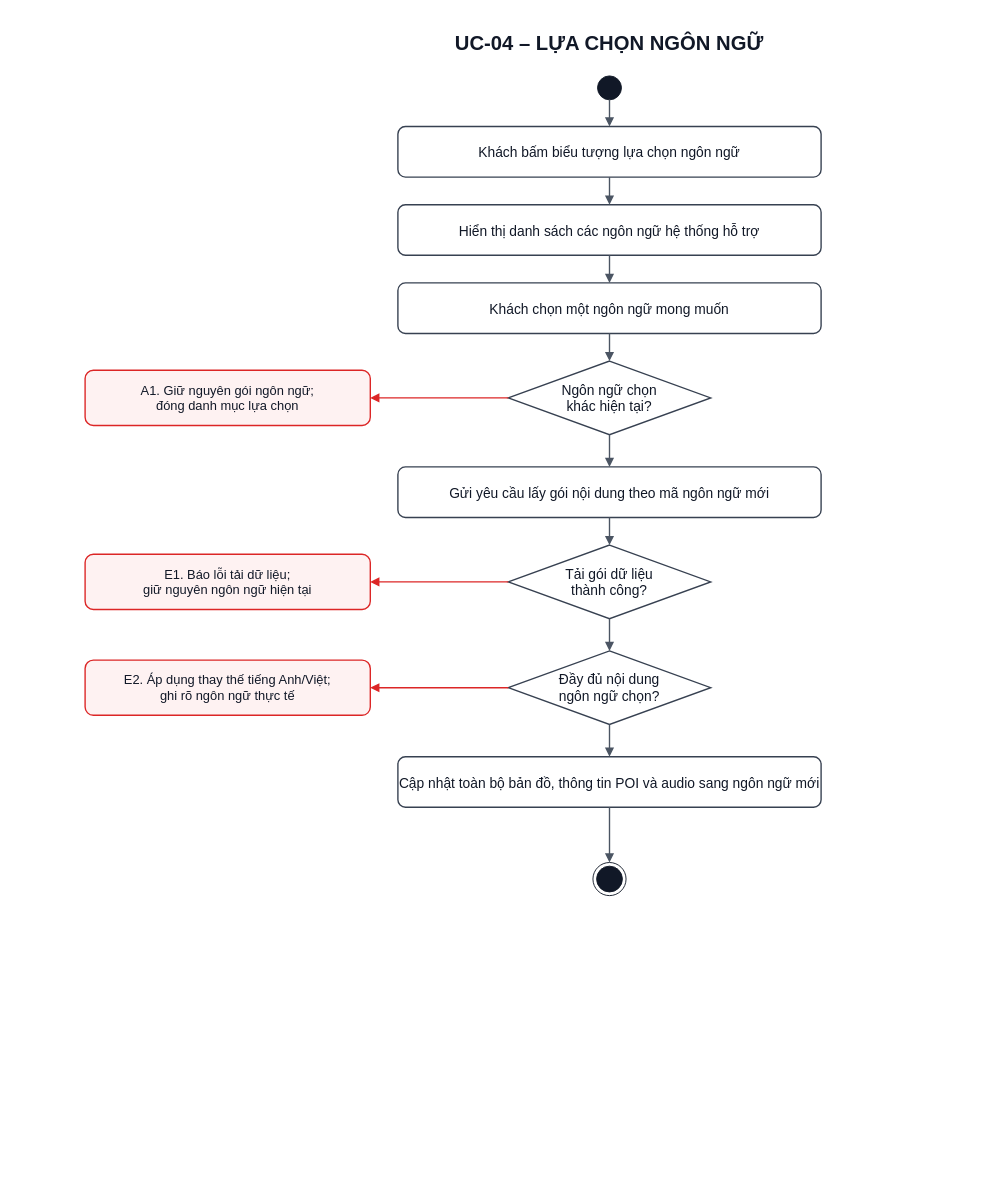
The draw.io diagram docs/diagram/activity/UC-04_Activity.drawio in Kazuken123/prj_sgu26_cnpm, before the edit. Source tidied: cells renumbered, new cells numbered last; positions are measured from the earlier drawing's top-left corner, leaving out a move shared by most shapes. Both pictures are drawn from the tidied source at 92%, with x=0, y=0 at pixel (85, 25).
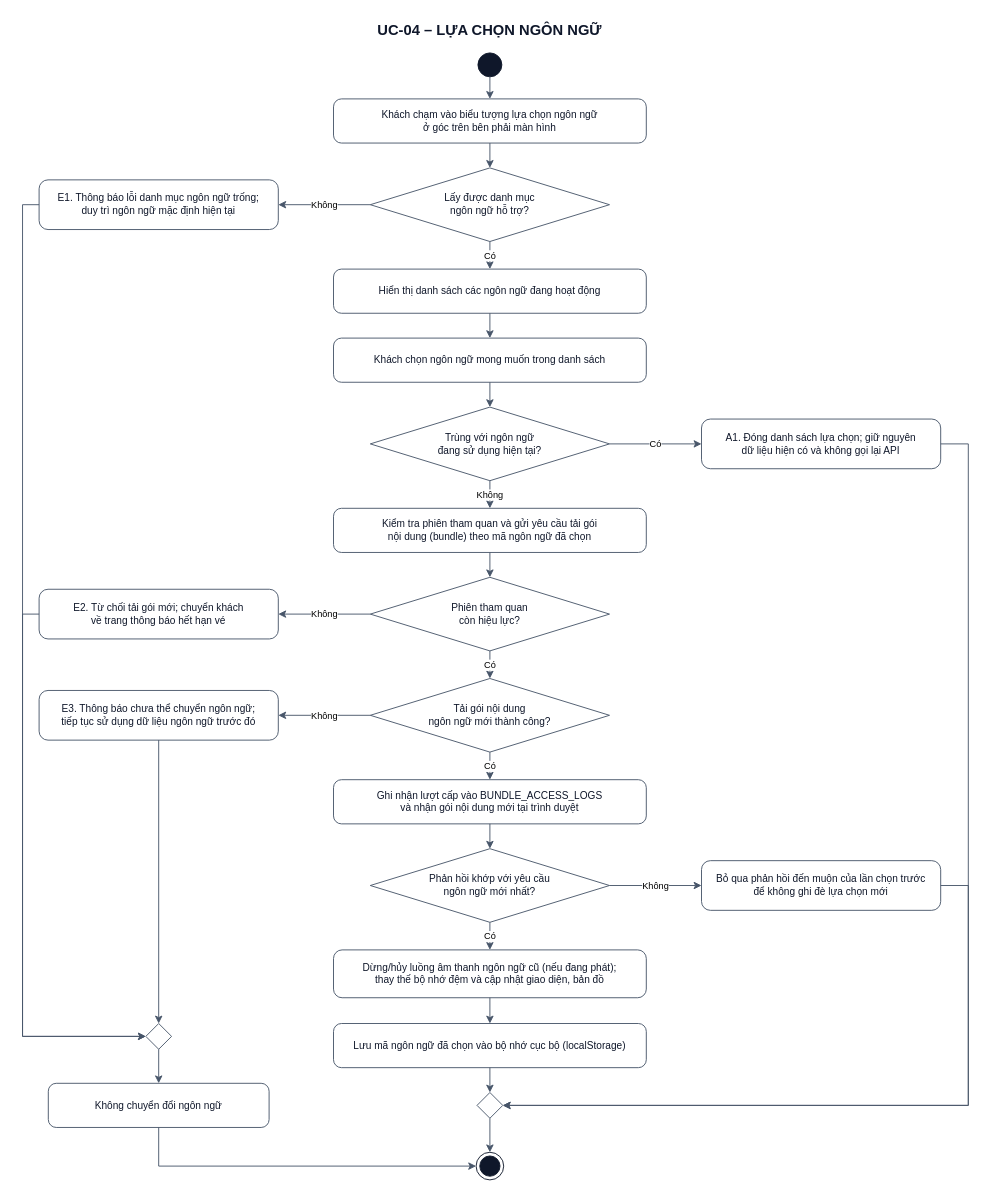
The same page after the edit.

Diff of the diagram source:
```diff
@@
-    <mxCell id="2" value="UC-04 – LỰA CHỌN NGÔN NGỮ" style="html=1;whiteSpace=wrap;fontFamily=Arial;fontSize=22;fontColor=#111827;strokeColor=none;fillColor=none;fontStyle=1;" parent="1" vertex="1">
-      <mxGeometry x="170" width="800" height="40" as="geometry" />
+    <mxCell id="2" value="UC-04 – LỰA CHỌN NGÔN NGỮ" style="text;html=1;strokeColor=none;fillColor=none;align=center;verticalAlign=middle;whiteSpace=wrap;rounded=0;fontFamily=Arial;fontSize=16;fontStyle=1;fontColor=#0f172a;" parent="1" vertex="1">
+      <mxGeometry x="230" y="-10" width="420" height="30" as="geometry" />
     </mxCell>
-    <mxCell id="3" style="html=1;ellipse;fillColor=#111827;strokeColor=#111827;" parent="1" vertex="1">
-      <mxGeometry x="557" y="55" width="26" height="26" as="geometry" />
+    <mxCell id="3" style="ellipse;whiteSpace=wrap;html=1;fillColor=#0f172a;strokeColor=#0f172a;" parent="1" vertex="1">
+      <mxGeometry x="427" y="30" width="26" height="26" as="geometry" />
     </mxCell>
-    <mxCell id="4" value="Khách bấm biểu tượng lựa chọn ngôn ngữ" style="html=1;whiteSpace=wrap;fontFamily=Arial;fontSize=15;fontColor=#111827;strokeColor=#374151;fillColor=#FFFFFF;strokeWidth=1.5;rounded=1;arcSize=15;" parent="1" vertex="1">
-      <mxGeometry x="340" y="110" width="460" height="55" as="geometry" />
-    </mxCell>
-    <mxCell id="5" style="html=1;rounded=0;endArrow=block;endFill=1;strokeColor=#4B5563;strokeWidth=1.5;" parent="1" edge="1" source="3" target="4">
-      <mxGeometry relative="1" as="geometry" />
-    </mxCell>
-    <mxCell id="6" value="Hiển thị danh sách các ngôn ngữ hệ thống hỗ trợ" style="html=1;whiteSpace=wrap;fontFamily=Arial;fontSize=15;fontColor=#111827;strokeColor=#374151;fillColor=#FFFFFF;strokeWidth=1.5;rounded=1;arcSize=15;" parent="1" vertex="1">
-      <mxGeometry x="340" y="195" width="460" height="55" as="geometry" />
-    </mxCell>
-    <mxCell id="7" style="html=1;rounded=0;endArrow=block;endFill=1;strokeColor=#4B5563;strokeWidth=1.5;" parent="1" edge="1" source="4" target="6">
-      <mxGeometry relative="1" as="geometry" />
-    </mxCell>
-    <mxCell id="8" value="Khách chọn một ngôn ngữ mong muốn" style="html=1;whiteSpace=wrap;fontFamily=Arial;fontSize=15;fontColor=#111827;strokeColor=#374151;fillColor=#FFFFFF;strokeWidth=1.5;rounded=1;arcSize=15;" parent="1" vertex="1">
-      <mxGeometry x="340" y="280" width="460" height="55" as="geometry" />
-    </mxCell>
-    <mxCell id="9" style="html=1;rounded=0;endArrow=block;endFill=1;strokeColor=#4B5563;strokeWidth=1.5;" parent="1" edge="1" source="6" target="8">
-      <mxGeometry relative="1" as="geometry" />
-    </mxCell>
-    <mxCell id="10" value="Ngôn ngữ chọn&lt;br&gt;khác hiện tại?" style="html=1;whiteSpace=wrap;fontFamily=Arial;fontSize=15;fontColor=#111827;strokeColor=#374151;fillColor=#FFFFFF;strokeWidth=1.5;rhombus;" parent="1" vertex="1">
-      <mxGeometry x="460" y="365" width="220" height="80" as="geometry" />
-    </mxCell>
-    <mxCell id="11" style="html=1;rounded=0;endArrow=block;endFill=1;strokeColor=#4B5563;strokeWidth=1.5;" parent="1" edge="1" source="8" target="10">
-      <mxGeometry relative="1" as="geometry" />
-    </mxCell>
-    <mxCell id="12" value="A1. Giữ nguyên gói ngôn ngữ;&lt;br&gt;đóng danh mục lựa chọn" style="html=1;whiteSpace=wrap;fontFamily=Arial;fontSize=14;fontColor=#111827;strokeColor=#DC2626;fillColor=#FEF2F2;strokeWidth=1.5;rounded=1;arcSize=15;" parent="1" vertex="1">
-      <mxGeometry y="375" width="310" height="60" as="geometry" />
-    </mxCell>
-    <mxCell id="13" style="html=1;rounded=0;endArrow=block;endFill=1;strokeColor=#DC2626;strokeWidth=1.5;exitX=0.0;exitY=0.5;entryX=1.0;entryY=0.5;" parent="1" edge="1" source="10" target="12">
-      <mxGeometry relative="1" as="geometry" />
-    </mxCell>
-    <mxCell id="14" value="Gửi yêu cầu lấy gói nội dung theo mã ngôn ngữ mới" style="html=1;whiteSpace=wrap;fontFamily=Arial;fontSize=15;fontColor=#111827;strokeColor=#374151;fillColor=#FFFFFF;strokeWidth=1.5;rounded=1;arcSize=15;" parent="1" vertex="1">
-      <mxGeometry x="340" y="480" width="460" height="55" as="geometry" />
-    </mxCell>
-    <mxCell id="15" style="html=1;rounded=0;endArrow=block;endFill=1;strokeColor=#4B5563;strokeWidth=1.5;" parent="1" edge="1" source="10" target="14">
-      <mxGeometry relative="1" as="geometry" />
-    </mxCell>
-    <mxCell id="16" value="Tải gói dữ liệu&lt;br&gt;thành công?" style="html=1;whiteSpace=wrap;fontFamily=Arial;fontSize=15;fontColor=#111827;strokeColor=#374151;fillColor=#FFFFFF;strokeWidth=1.5;rhombus;" parent="1" vertex="1">
-      <mxGeometry x="460" y="565" width="220" height="80" as="geometry" />
-    </mxCell>
-    <mxCell id="17" style="html=1;rounded=0;endArrow=block;endFill=1;strokeColor=#4B5563;strokeWidth=1.5;" parent="1" edge="1" source="14" target="16">
-      <mxGeometry relative="1" as="geometry" />
-    </mxCell>
-    <mxCell id="18" value="E1. Báo lỗi tải dữ liệu;&lt;br&gt;giữ nguyên ngôn ngữ hiện tại" style="html=1;whiteSpace=wrap;fontFamily=Arial;fontSize=14;fontColor=#111827;strokeColor=#DC2626;fillColor=#FEF2F2;strokeWidth=1.5;rounded=1;arcSize=15;" parent="1" vertex="1">
-      <mxGeometry y="575" width="310" height="60" as="geometry" />
-    </mxCell>
-    <mxCell id="19" style="html=1;rounded=0;endArrow=block;endFill=1;strokeColor=#DC2626;strokeWidth=1.5;exitX=0.0;exitY=0.5;entryX=1.0;entryY=0.5;" parent="1" edge="1" source="16" target="18">
-      <mxGeometry relative="1" as="geometry" />
-    </mxCell>
-    <mxCell id="20" value="Đầy đủ nội dung&lt;br&gt;ngôn ngữ chọn?" style="html=1;whiteSpace=wrap;fontFamily=Arial;fontSize=15;fontColor=#111827;strokeColor=#374151;fillColor=#FFFFFF;strokeWidth=1.5;rhombus;" parent="1" vertex="1">
-      <mxGeometry x="460" y="680" width="220" height="80" as="geometry" />
-    </mxCell>
-    <mxCell id="21" style="html=1;rounded=0;endArrow=block;endFill=1;strokeColor=#4B5563;strokeWidth=1.5;" parent="1" edge="1" source="16" target="20">
-      <mxGeometry relative="1" as="geometry" />
-    </mxCell>
-    <mxCell id="22" value="E2. Áp dụng thay thế tiếng Anh/Việt;&lt;br&gt;ghi rõ ngôn ngữ thực tế" style="html=1;whiteSpace=wrap;fontFamily=Arial;fontSize=14;fontColor=#111827;strokeColor=#DC2626;fillColor=#FEF2F2;strokeWidth=1.5;rounded=1;arcSize=15;" parent="1" vertex="1">
-      <mxGeometry y="690" width="310" height="60" as="geometry" />
-    </mxCell>
-    <mxCell id="23" style="html=1;rounded=0;endArrow=block;endFill=1;strokeColor=#DC2626;strokeWidth=1.5;exitX=0.0;exitY=0.5;entryX=1.0;entryY=0.5;" parent="1" edge="1" source="20" target="22">
-      <mxGeometry relative="1" as="geometry" />
-    </mxCell>
-    <mxCell id="24" value="Cập nhật toàn bộ bản đồ, thông tin POI và audio sang ngôn ngữ mới" style="html=1;whiteSpace=wrap;fontFamily=Arial;fontSize=15;fontColor=#111827;strokeColor=#374151;fillColor=#FFFFFF;strokeWidth=1.5;rounded=1;arcSize=15;" parent="1" vertex="1">
-      <mxGeometry x="340" y="795" width="460" height="55" as="geometry" />
-    </mxCell>
-    <mxCell id="25" style="html=1;rounded=0;endArrow=block;endFill=1;strokeColor=#4B5563;strokeWidth=1.5;" parent="1" edge="1" source="20" target="24">
-      <mxGeometry relative="1" as="geometry" />
-    </mxCell>
+    <mxCell id="28" value="Khách chạm vào biểu tượng lựa chọn ngôn ngữ&#10;ở góc trên bên phải màn hình" style="rounded=1;arcSize=18;whiteSpace=wrap;html=1;fillColor=#ffffff;strokeColor=#475569;fontColor=#0f172a;fontFamily=Arial;fontSize=11;" parent="1" vertex="1">
+      <mxGeometry x="270" y="80" width="340" height="48" as="geometry" />
+    </mxCell>
+    <mxCell id="29" value="Lấy được danh mục&#10;ngôn ngữ hỗ trợ?" style="rhombus;whiteSpace=wrap;html=1;fillColor=#ffffff;strokeColor=#475569;fontColor=#0f172a;fontFamily=Arial;fontSize=11;" parent="1" vertex="1">
+      <mxGeometry x="310" y="155" width="260" height="80" as="geometry" />
+    </mxCell>
+    <mxCell id="30" value="E1. Thông báo lỗi danh mục ngôn ngữ trống;&#10;duy trì ngôn ngữ mặc định hiện tại" style="rounded=1;arcSize=18;whiteSpace=wrap;html=1;fillColor=#ffffff;strokeColor=#475569;fontColor=#0f172a;fontFamily=Arial;fontSize=11;" parent="1" vertex="1">
+      <mxGeometry x="-50" y="168" width="260" height="54" as="geometry" />
+    </mxCell>
+    <mxCell id="31" value="Hiển thị danh sách các ngôn ngữ đang hoạt động" style="rounded=1;arcSize=18;whiteSpace=wrap;html=1;fillColor=#ffffff;strokeColor=#475569;fontColor=#0f172a;fontFamily=Arial;fontSize=11;" parent="1" vertex="1">
+      <mxGeometry x="270" y="265" width="340" height="48" as="geometry" />
+    </mxCell>
+    <mxCell id="32" value="Khách chọn ngôn ngữ mong muốn trong danh sách" style="rounded=1;arcSize=18;whiteSpace=wrap;html=1;fillColor=#ffffff;strokeColor=#475569;fontColor=#0f172a;fontFamily=Arial;fontSize=11;" parent="1" vertex="1">
+      <mxGeometry x="270" y="340" width="340" height="48" as="geometry" />
+    </mxCell>
+    <mxCell id="33" value="Trùng với ngôn ngữ&#10;đang sử dụng hiện tại?" style="rhombus;whiteSpace=wrap;html=1;fillColor=#ffffff;strokeColor=#475569;fontColor=#0f172a;fontFamily=Arial;fontSize=11;" parent="1" vertex="1">
+      <mxGeometry x="310" y="415" width="260" height="80" as="geometry" />
+    </mxCell>
+    <mxCell id="34" value="A1. Đóng danh sách lựa chọn; giữ nguyên&#10;dữ liệu hiện có và không gọi lại API" style="rounded=1;arcSize=18;whiteSpace=wrap;html=1;fillColor=#ffffff;strokeColor=#475569;fontColor=#0f172a;fontFamily=Arial;fontSize=11;" parent="1" vertex="1">
+      <mxGeometry x="670" y="428" width="260" height="54" as="geometry" />
+    </mxCell>
+    <mxCell id="35" value="Kiểm tra phiên tham quan và gửi yêu cầu tải gói&#10;nội dung (bundle) theo mã ngôn ngữ đã chọn" style="rounded=1;arcSize=18;whiteSpace=wrap;html=1;fillColor=#ffffff;strokeColor=#475569;fontColor=#0f172a;fontFamily=Arial;fontSize=11;" parent="1" vertex="1">
+      <mxGeometry x="270" y="525" width="340" height="48" as="geometry" />
+    </mxCell>
+    <mxCell id="36" value="Phiên tham quan&#10;còn hiệu lực?" style="rhombus;whiteSpace=wrap;html=1;fillColor=#ffffff;strokeColor=#475569;fontColor=#0f172a;fontFamily=Arial;fontSize=11;" parent="1" vertex="1">
+      <mxGeometry x="310" y="600" width="260" height="80" as="geometry" />
+    </mxCell>
+    <mxCell id="37" value="E2. Từ chối tải gói mới; chuyển khách&#10;về trang thông báo hết hạn vé" style="rounded=1;arcSize=18;whiteSpace=wrap;html=1;fillColor=#ffffff;strokeColor=#475569;fontColor=#0f172a;fontFamily=Arial;fontSize=11;" parent="1" vertex="1">
+      <mxGeometry x="-50" y="613" width="260" height="54" as="geometry" />
+    </mxCell>
+    <mxCell id="38" value="Tải gói nội dung&#10;ngôn ngữ mới thành công?" style="rhombus;whiteSpace=wrap;html=1;fillColor=#ffffff;strokeColor=#475569;fontColor=#0f172a;fontFamily=Arial;fontSize=11;" parent="1" vertex="1">
+      <mxGeometry x="310" y="710" width="260" height="80" as="geometry" />
+    </mxCell>
+    <mxCell id="39" value="E3. Thông báo chưa thể chuyển ngôn ngữ;&#10;tiếp tục sử dụng dữ liệu ngôn ngữ trước đó" style="rounded=1;arcSize=18;whiteSpace=wrap;html=1;fillColor=#ffffff;strokeColor=#475569;fontColor=#0f172a;fontFamily=Arial;fontSize=11;" parent="1" vertex="1">
+      <mxGeometry x="-50" y="723" width="260" height="54" as="geometry" />
+    </mxCell>
+    <mxCell id="40" value="Ghi nhận lượt cấp vào BUNDLE_ACCESS_LOGS&#10;và nhận gói nội dung mới tại trình duyệt" style="rounded=1;arcSize=18;whiteSpace=wrap;html=1;fillColor=#ffffff;strokeColor=#475569;fontColor=#0f172a;fontFamily=Arial;fontSize=11;" parent="1" vertex="1">
+      <mxGeometry x="270" y="820" width="340" height="48" as="geometry" />
+    </mxCell>
+    <mxCell id="41" value="Phản hồi khớp với yêu cầu&#10;ngôn ngữ mới nhất?" style="rhombus;whiteSpace=wrap;html=1;fillColor=#ffffff;strokeColor=#475569;fontColor=#0f172a;fontFamily=Arial;fontSize=11;" parent="1" vertex="1">
+      <mxGeometry x="310" y="895" width="260" height="80" as="geometry" />
+    </mxCell>
+    <mxCell id="42" value="Bỏ qua phản hồi đến muộn của lần chọn trước&#10;để không ghi đè lựa chọn mới" style="rounded=1;arcSize=18;whiteSpace=wrap;html=1;fillColor=#ffffff;strokeColor=#475569;fontColor=#0f172a;fontFamily=Arial;fontSize=11;" parent="1" vertex="1">
+      <mxGeometry x="670" y="908" width="260" height="54" as="geometry" />
+    </mxCell>
+    <mxCell id="43" value="Dừng/hủy luồng âm thanh ngôn ngữ cũ (nếu đang phát);&#10;thay thế bộ nhớ đệm và cập nhật giao diện, bản đồ" style="rounded=1;arcSize=18;whiteSpace=wrap;html=1;fillColor=#ffffff;strokeColor=#475569;fontColor=#0f172a;fontFamily=Arial;fontSize=11;" parent="1" vertex="1">
+      <mxGeometry x="270" y="1005" width="340" height="52" as="geometry" />
+    </mxCell>
+    <mxCell id="44" value="Lưu mã ngôn ngữ đã chọn vào bộ nhớ cục bộ (localStorage)" style="rounded=1;arcSize=18;whiteSpace=wrap;html=1;fillColor=#ffffff;strokeColor=#475569;fontColor=#0f172a;fontFamily=Arial;fontSize=11;" parent="1" vertex="1">
+      <mxGeometry x="270" y="1085" width="340" height="48" as="geometry" />
+    </mxCell>
+    <mxCell id="45" style="rhombus;whiteSpace=wrap;html=1;fillColor=#ffffff;strokeColor=#475569;" parent="1" vertex="1">
+      <mxGeometry x="426" y="1160" width="28" height="28" as="geometry" />
+    </mxCell>
+    <mxCell id="46" style="rhombus;whiteSpace=wrap;html=1;fillColor=#ffffff;strokeColor=#475569;" parent="1" vertex="1">
+      <mxGeometry x="66" y="1085" width="28" height="28" as="geometry" />
+    </mxCell>
+    <mxCell id="47" value="Không chuyển đổi ngôn ngữ" style="rounded=1;arcSize=18;whiteSpace=wrap;html=1;fillColor=#ffffff;strokeColor=#475569;fontColor=#0f172a;fontFamily=Arial;fontSize=11;" parent="1" vertex="1">
+      <mxGeometry x="-40" y="1150" width="240" height="48" as="geometry" />
+    </mxCell>
-    <mxCell id="26" style="html=1;ellipse;shape=endState;fillColor=#111827;strokeColor=#111827;" parent="1" vertex="1">
-      <mxGeometry x="552" y="910" width="36" height="36" as="geometry" />
+    <mxCell id="26" style="ellipse;html=1;shape=endState;fillColor=#0f172a;strokeColor=#0f172a;" parent="1" vertex="1">
+      <mxGeometry x="425" y="1225" width="30" height="30" as="geometry" />
     </mxCell>
-    <mxCell id="27" style="html=1;rounded=0;endArrow=block;endFill=1;strokeColor=#4B5563;strokeWidth=1.5;" parent="1" edge="1" source="24" target="26">
-      <mxGeometry relative="1" as="geometry" />
-    </mxCell>
+    <mxCell id="48" style="edgeStyle=orthogonalEdgeStyle;rounded=0;html=1;strokeColor=#475569;" parent="1" edge="1" source="3" target="28">
+      <mxGeometry relative="1" as="geometry" />
+    </mxCell>
+    <mxCell id="49" style="edgeStyle=orthogonalEdgeStyle;rounded=0;html=1;strokeColor=#475569;" parent="1" edge="1" source="28" target="29">
+      <mxGeometry relative="1" as="geometry" />
+    </mxCell>
+    <mxCell id="50" value="Không" style="edgeStyle=orthogonalEdgeStyle;rounded=0;html=1;strokeColor=#475569;fontFamily=Arial;fontSize=10;" parent="1" edge="1" source="29" target="30">
+      <mxGeometry relative="1" as="geometry" />
+    </mxCell>
+    <mxCell id="51" value="Có" style="edgeStyle=orthogonalEdgeStyle;rounded=0;html=1;strokeColor=#475569;fontFamily=Arial;fontSize=10;" parent="1" edge="1" source="29" target="31">
+      <mxGeometry relative="1" as="geometry" />
+    </mxCell>
+    <mxCell id="52" style="edgeStyle=orthogonalEdgeStyle;rounded=0;html=1;strokeColor=#475569;" parent="1" edge="1" source="31" target="32">
+      <mxGeometry relative="1" as="geometry" />
+    </mxCell>
+    <mxCell id="53" style="edgeStyle=orthogonalEdgeStyle;rounded=0;html=1;strokeColor=#475569;" parent="1" edge="1" source="32" target="33">
+      <mxGeometry relative="1" as="geometry" />
+    </mxCell>
+    <mxCell id="54" value="Có" style="edgeStyle=orthogonalEdgeStyle;rounded=0;html=1;strokeColor=#475569;fontFamily=Arial;fontSize=10;" parent="1" edge="1" source="33" target="34">
+      <mxGeometry relative="1" as="geometry" />
+    </mxCell>
+    <mxCell id="55" value="Không" style="edgeStyle=orthogonalEdgeStyle;rounded=0;html=1;strokeColor=#475569;fontFamily=Arial;fontSize=10;" parent="1" edge="1" source="33" target="35">
+      <mxGeometry relative="1" as="geometry" />
+    </mxCell>
+    <mxCell id="56" style="edgeStyle=orthogonalEdgeStyle;rounded=0;html=1;strokeColor=#475569;" parent="1" edge="1" source="35" target="36">
+      <mxGeometry relative="1" as="geometry" />
+    </mxCell>
+    <mxCell id="57" value="Không" style="edgeStyle=orthogonalEdgeStyle;rounded=0;html=1;strokeColor=#475569;fontFamily=Arial;fontSize=10;" parent="1" edge="1" source="36" target="37">
+      <mxGeometry relative="1" as="geometry" />
+    </mxCell>
+    <mxCell id="58" value="Có" style="edgeStyle=orthogonalEdgeStyle;rounded=0;html=1;strokeColor=#475569;fontFamily=Arial;fontSize=10;" parent="1" edge="1" source="36" target="38">
+      <mxGeometry relative="1" as="geometry" />
+    </mxCell>
+    <mxCell id="59" value="Không" style="edgeStyle=orthogonalEdgeStyle;rounded=0;html=1;strokeColor=#475569;fontFamily=Arial;fontSize=10;" parent="1" edge="1" source="38" target="39">
+      <mxGeometry relative="1" as="geometry" />
+    </mxCell>
+    <mxCell id="60" value="Có" style="edgeStyle=orthogonalEdgeStyle;rounded=0;html=1;strokeColor=#475569;fontFamily=Arial;fontSize=10;" parent="1" edge="1" source="38" target="40">
+      <mxGeometry relative="1" as="geometry" />
+    </mxCell>
+    <mxCell id="61" style="edgeStyle=orthogonalEdgeStyle;rounded=0;html=1;strokeColor=#475569;" parent="1" edge="1" source="40" target="41">
+      <mxGeometry relative="1" as="geometry" />
+    </mxCell>
+    <mxCell id="62" value="Không" style="edgeStyle=orthogonalEdgeStyle;rounded=0;html=1;strokeColor=#475569;fontFamily=Arial;fontSize=10;" parent="1" edge="1" source="41" target="42">
+      <mxGeometry relative="1" as="geometry" />
+    </mxCell>
+    <mxCell id="63" value="Có" style="edgeStyle=orthogonalEdgeStyle;rounded=0;html=1;strokeColor=#475569;fontFamily=Arial;fontSize=10;" parent="1" edge="1" source="41" target="43">
+      <mxGeometry relative="1" as="geometry" />
+    </mxCell>
+    <mxCell id="64" style="edgeStyle=orthogonalEdgeStyle;rounded=0;html=1;strokeColor=#475569;" parent="1" edge="1" source="43" target="44">
+      <mxGeometry relative="1" as="geometry" />
+    </mxCell>
+    <mxCell id="65" style="edgeStyle=orthogonalEdgeStyle;rounded=0;html=1;strokeColor=#475569;" parent="1" edge="1" source="44" target="45">
+      <mxGeometry relative="1" as="geometry" />
+    </mxCell>
+    <mxCell id="66" style="edgeStyle=orthogonalEdgeStyle;rounded=0;html=1;strokeColor=#475569;exitX=1;exitY=0.5;entryX=1;entryY=0.5;" parent="1" edge="1" source="34" target="45">
+      <mxGeometry relative="1" as="geometry">
+        <Array as="points">
+          <mxPoint x="960" y="455" />
+          <mxPoint x="960" y="1174" />
+        </Array>
+      </mxGeometry>
+    </mxCell>
+    <mxCell id="67" style="edgeStyle=orthogonalEdgeStyle;rounded=0;html=1;strokeColor=#475569;exitX=1;exitY=0.5;entryX=1;entryY=0.5;" parent="1" edge="1" source="42" target="45">
+      <mxGeometry relative="1" as="geometry">
+        <Array as="points">
+          <mxPoint x="960" y="935" />
+          <mxPoint x="960" y="1174" />
+        </Array>
+      </mxGeometry>
+    </mxCell>
+    <mxCell id="68" style="edgeStyle=orthogonalEdgeStyle;rounded=0;html=1;strokeColor=#475569;" parent="1" edge="1" source="45" target="26">
+      <mxGeometry relative="1" as="geometry" />
+    </mxCell>
+    <mxCell id="69" style="edgeStyle=orthogonalEdgeStyle;rounded=0;html=1;strokeColor=#475569;exitX=0;exitY=0.5;entryX=0;entryY=0.5;" parent="1" edge="1" source="30" target="46">
+      <mxGeometry relative="1" as="geometry">
+        <Array as="points">
+          <mxPoint x="-68" y="195" />
+          <mxPoint x="-68" y="1099" />
+        </Array>
+      </mxGeometry>
+    </mxCell>
+    <mxCell id="70" style="edgeStyle=orthogonalEdgeStyle;rounded=0;html=1;strokeColor=#475569;exitX=0;exitY=0.5;entryX=0;entryY=0.5;" parent="1" edge="1" source="37" target="46">
+      <mxGeometry relative="1" as="geometry">
+        <Array as="points">
+          <mxPoint x="-68" y="640" />
+          <mxPoint x="-68" y="1099" />
+        </Array>
+      </mxGeometry>
+    </mxCell>
+    <mxCell id="71" style="edgeStyle=orthogonalEdgeStyle;rounded=0;html=1;strokeColor=#475569;" parent="1" edge="1" source="39" target="46">
+      <mxGeometry relative="1" as="geometry" />
+    </mxCell>
+    <mxCell id="72" style="edgeStyle=orthogonalEdgeStyle;rounded=0;html=1;strokeColor=#475569;" parent="1" edge="1" source="46" target="47">
+      <mxGeometry relative="1" as="geometry" />
+    </mxCell>
+    <mxCell id="73" style="edgeStyle=orthogonalEdgeStyle;rounded=0;html=1;strokeColor=#475569;exitX=0.5;exitY=1;entryX=0;entryY=0.5;" parent="1" edge="1" source="47" target="26">
+      <mxGeometry relative="1" as="geometry">
+        <Array as="points">
+          <mxPoint x="80" y="1240" />
+        </Array>
+      </mxGeometry>
+    </mxCell>
```
